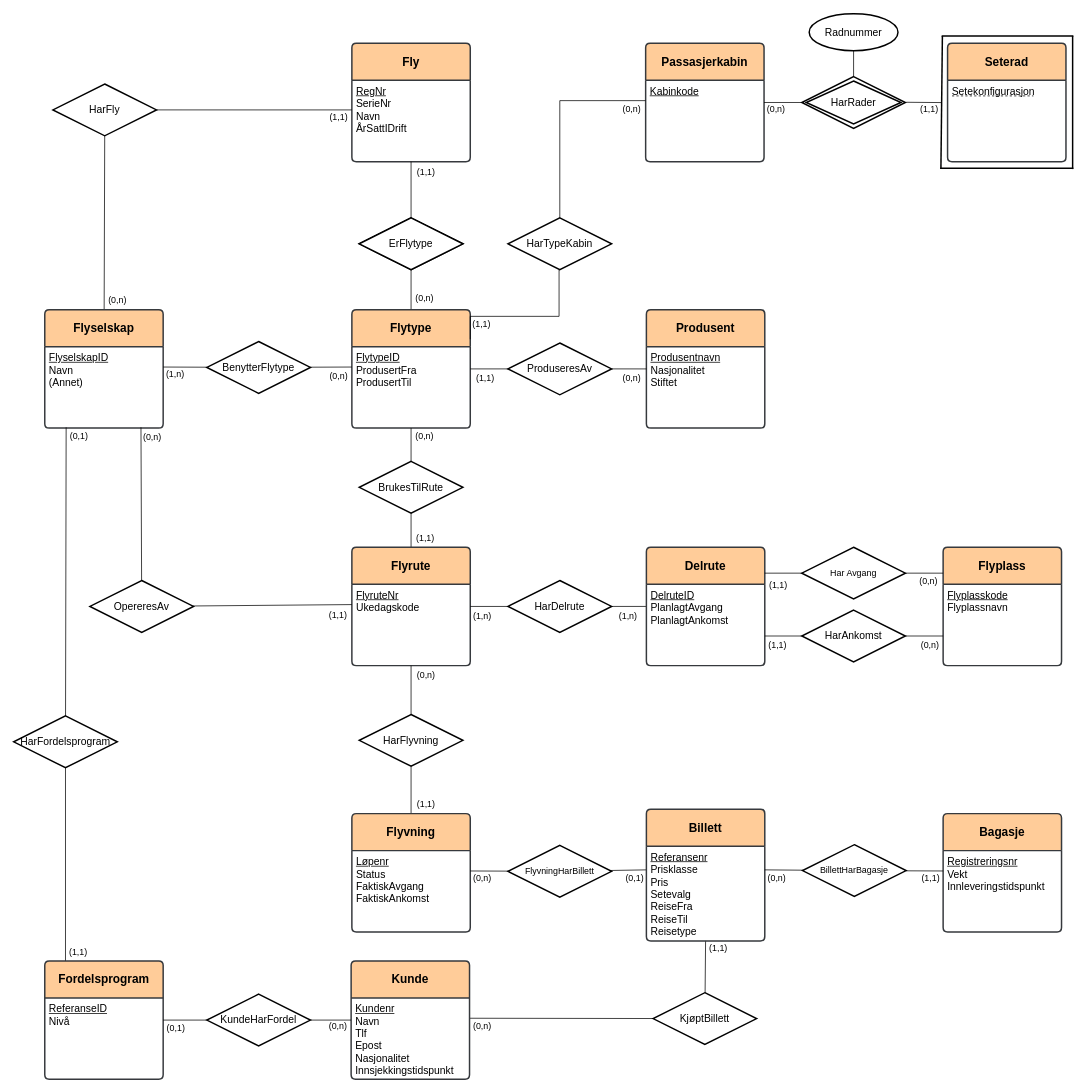
EinarJohannes/TDT4145_project keeps this draw.io diagram as ER-modell_2.drawio. Above is the earlier version. Source tidied: cells renumbered, new cells numbered last; positions are measured from the earlier drawing's top-left corner, leaving out a move shared by most shapes. Both pictures are drawn from the tidied source at 74%, with x=0, y=0 at pixel (13, 13).
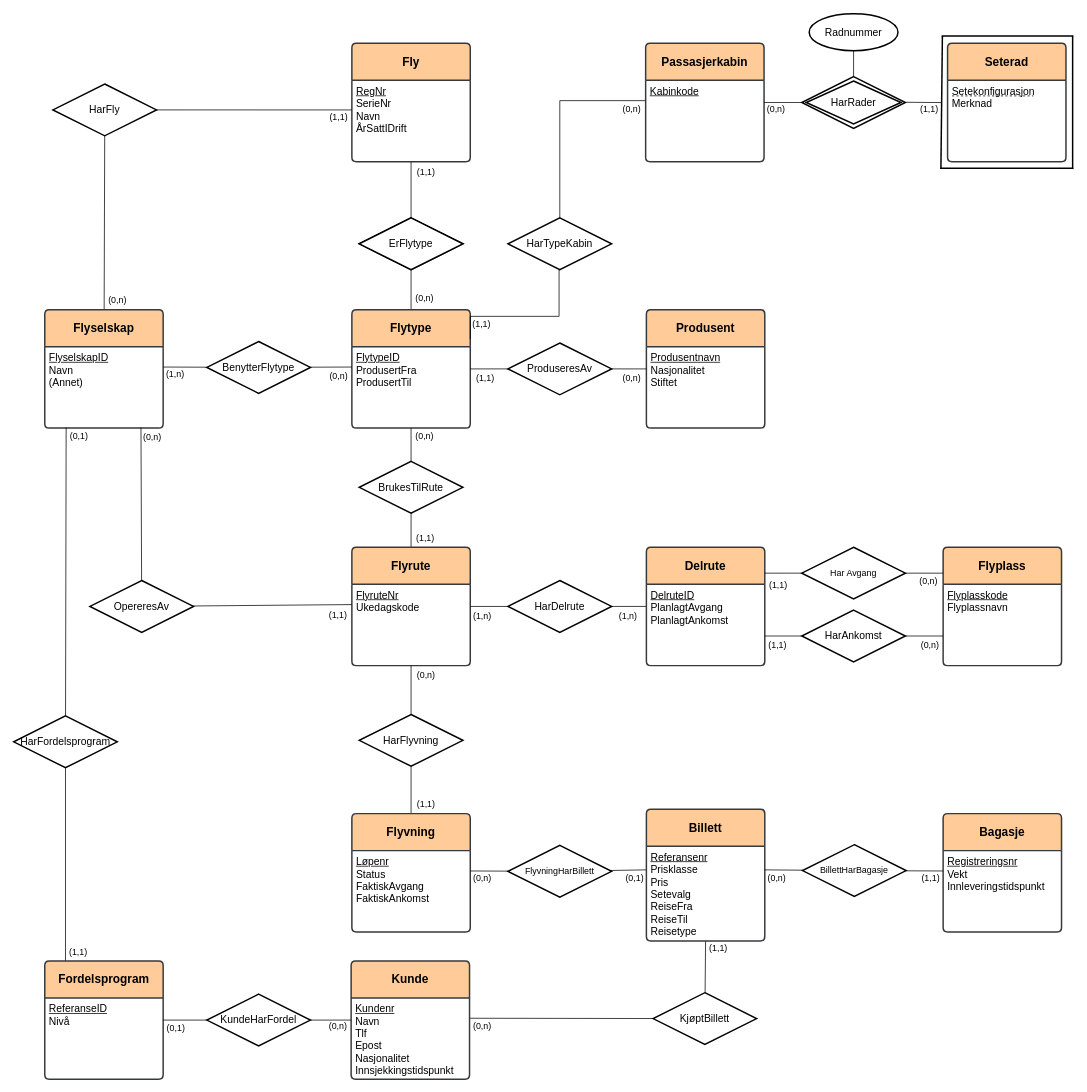
Above is the later version.

Commit message (it also covers changes not shown here):
La til en attributt i Seterad kalt Merknad. Ment å brukes til å informere om raden er nødutgang feks.

The change refers to these unchanged cells:
```xml
<mxCell id="80" value="&lt;span style=&quot;font-size: 16px;&quot;&gt;&lt;b&gt;Seterad&lt;/b&gt;&lt;/span&gt;" style="swimlane;horizontal=1;startSize=50;rounded=1;fontSize=14;fontStyle=0;strokeWidth=2;shadow=0;dashed=0;align=center;arcSize=4;whiteSpace=wrap;html=1;fillColor=#ffcc99;strokeColor=#36393d;" parent="1" vertex="1">
  <mxGeometry x="1262" y="40" width="160" height="160" as="geometry" />
</mxCell>
```

Diff of the diagram source:
```diff
@@
-    <mxCell id="82" value="&lt;div&gt;&lt;font style=&quot;font-size: 14px;&quot;&gt;Setekonfigurasjon&lt;/font&gt;&lt;/div&gt;&lt;div&gt;&lt;br&gt;&lt;/div&gt;" style="align=left;strokeColor=none;fillColor=none;spacingLeft=4;fontSize=12;verticalAlign=top;html=1;" parent="80" vertex="1">
+    <mxCell id="82" value="&lt;div&gt;&lt;font style=&quot;font-size: 14px;&quot;&gt;Setekonfigurasjon&lt;/font&gt;&lt;/div&gt;&lt;div&gt;&lt;font style=&quot;font-size: 14px;&quot;&gt;Merknad&lt;/font&gt;&lt;/div&gt;" style="align=left;strokeColor=none;fillColor=none;spacingLeft=4;fontSize=12;verticalAlign=top;html=1;" parent="80" vertex="1">
       <mxGeometry y="50" width="160" height="110" as="geometry" />
     </mxCell>
```
